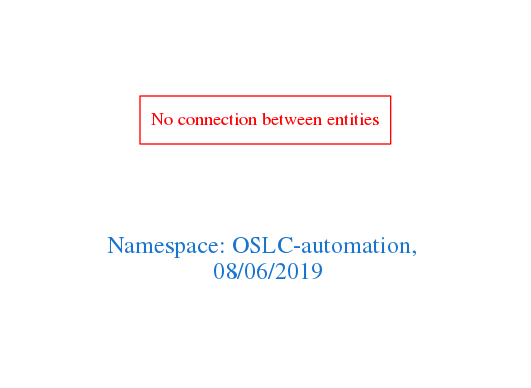
arago/OGIT keeps this Graphviz diagram as downloads/OSLC-automation.png. Above is the earlier version. Its source is kept beside it as downloads/OSLC-automation.dot.
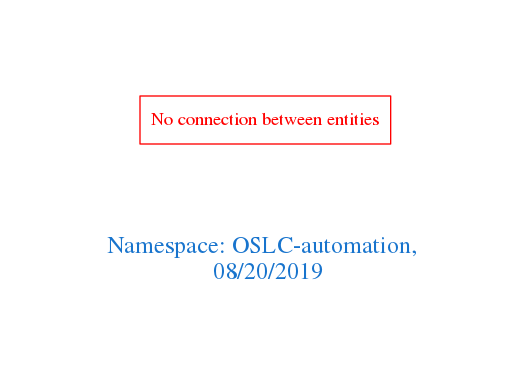
After the change.

Diff of the diagram source:
```diff
@@ -1,7 +1,7 @@
 digraph OGIT_ontology {
  graph [ rankdir= LR,pad=1
 fontsize = 18,
-fontcolor= dodgerblue3,label = "\n\n\nNamespace: OSLC-automation, \n 08/06/2019"];
+fontcolor= dodgerblue3,label = "\n\n\nNamespace: OSLC-automation, \n 08/20/2019"];
 node[shape=polygon];
 edge [  color="gray81"];
 
```
